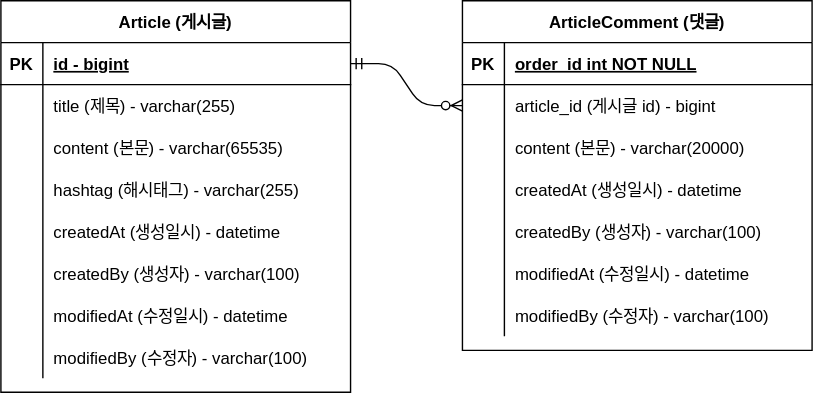
This is document/게시판 서비스 ERD.svg from mvmthyun/fastcampus-pj-board, a draw.io export, as it was before one commit. Source tidied: cells renumbered, new cells last; positions are measured from the earlier drawing's top-left corner, leaving out a move shared by most shapes.
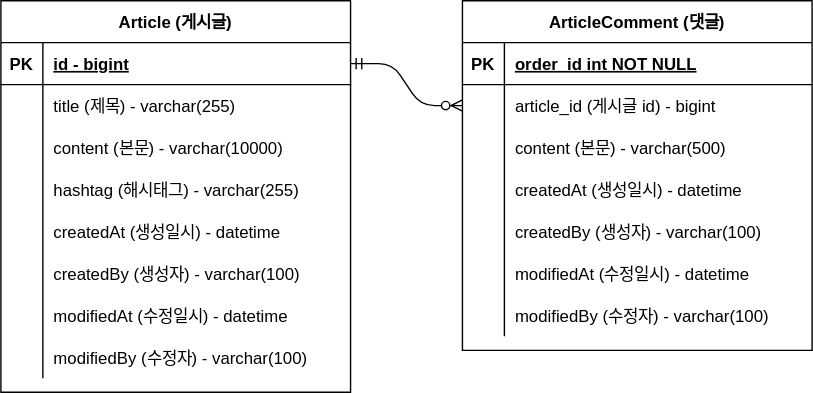
After the commit.

Commit message:
#10 - ERD 업데이트: content 사이즈 변경

The edit, as a diff of the source:
```diff
@@ -32,7 +32,7 @@
     <mxCell id="11" style="shape=partialRectangle;overflow=hidden;fillColor=none;top=0;left=0;bottom=0;right=0;" parent="10" vertex="1">
       <mxGeometry width="30" height="30" as="geometry" />
     </mxCell>
-    <mxCell id="12" value="content (본문) - varchar(20000)" style="shape=partialRectangle;overflow=hidden;fillColor=none;top=0;left=0;bottom=0;right=0;align=left;spacingLeft=6;" parent="10" vertex="1">
+    <mxCell id="12" value="content (본문) - varchar(500)" style="shape=partialRectangle;overflow=hidden;fillColor=none;top=0;left=0;bottom=0;right=0;align=left;spacingLeft=6;" parent="10" vertex="1">
       <mxGeometry x="30" width="220" height="30" as="geometry" />
     </mxCell>
     <mxCell id="13" style="shape=partialRectangle;fillColor=none;top=0;left=0;right=0;bottom=0;" parent="3" vertex="1">
@@ -98,7 +98,7 @@
     <mxCell id="33" style="shape=partialRectangle;overflow=hidden;fillColor=none;top=0;left=0;bottom=0;right=0;" parent="32" vertex="1">
       <mxGeometry width="30" height="30" as="geometry" />
     </mxCell>
-    <mxCell id="34" value="content (본문) - varchar(65535)" style="shape=partialRectangle;overflow=hidden;fillColor=none;top=0;left=0;bottom=0;right=0;align=left;spacingLeft=6;" parent="32" vertex="1">
+    <mxCell id="34" value="content (본문) - varchar(10000)" style="shape=partialRectangle;overflow=hidden;fillColor=none;top=0;left=0;bottom=0;right=0;align=left;spacingLeft=6;" parent="32" vertex="1">
       <mxGeometry x="30" width="220" height="30" as="geometry" />
     </mxCell>
     <mxCell id="35" style="shape=partialRectangle;fillColor=none;top=0;left=0;right=0;bottom=0;" parent="25" vertex="1">
```
